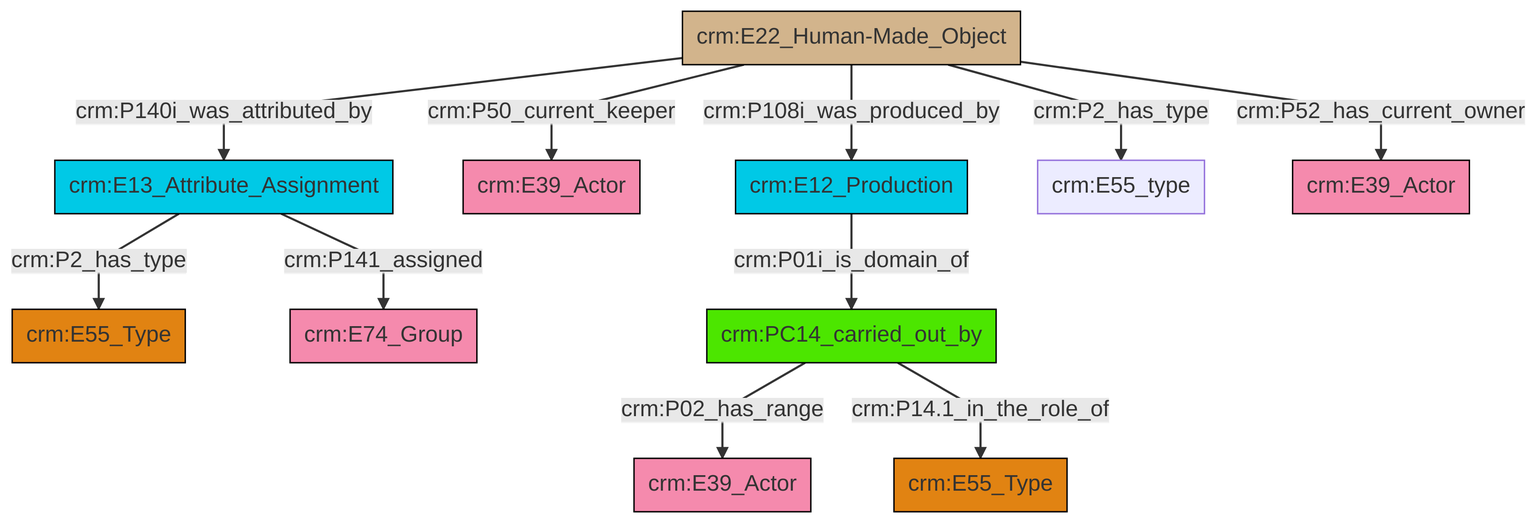
swiss-art-research-net/reference-data-models keeps this Mermaid diagram as et/artworkCSV/ttl/mmd/png/Artwork_Actor_Relations.png. Above is the earlier version. Its source is kept beside it as et/artworkCSV/ttl/mmd/Artwork_Actor_Relations.ttl.mmd.
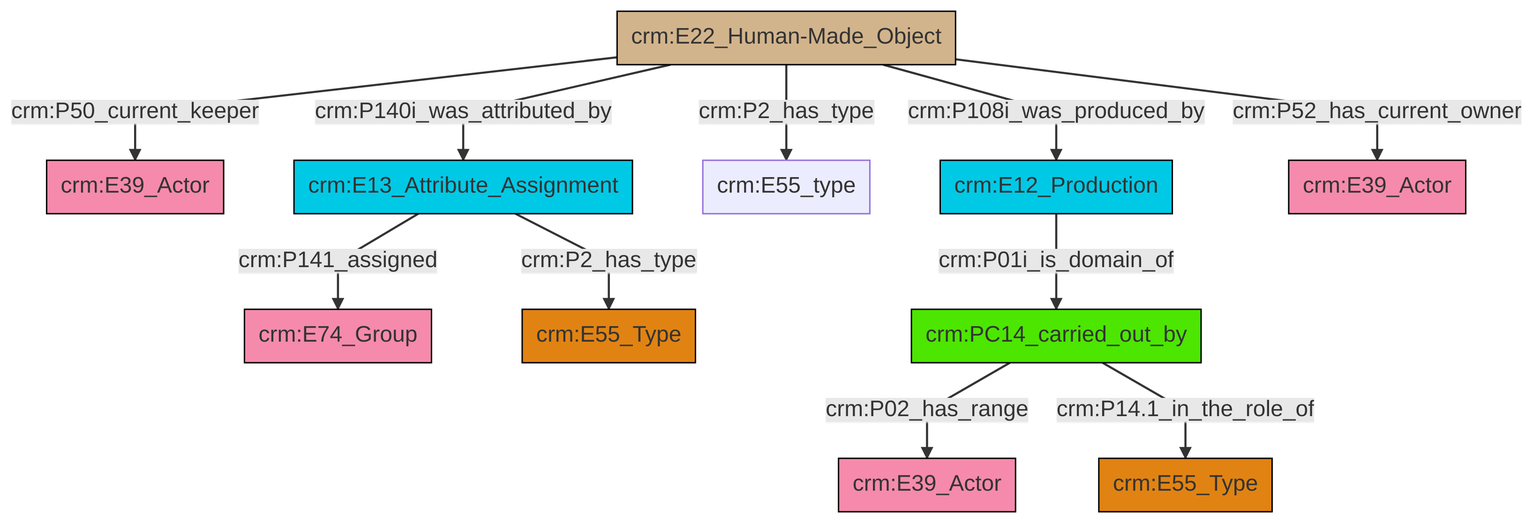
After the commit.

What changed in the source:
```diff
@@ -13,13 +13,13 @@
 classDef PC_Classes fill:#4ce600, stroke:#000000;
 classDef Multi fill:#cccccc,stroke:#000000;
 
-0["crm:E22_Human-Made_Object"]:::Physical_Thing -->|crm:P140i_was_attributed_by| 1["crm:E13_Attribute_Assignment"]:::Temporal_Entity
-1["crm:E13_Attribute_Assignment"]:::Temporal_Entity -->|crm:P2_has_type| 2["crm:E55_Type"]:::Type
-4["crm:E12_Production"]:::Temporal_Entity -->|crm:P01i_is_domain_of| 5["crm:PC14_carried_out_by"]:::PC_Classes
-1["crm:E13_Attribute_Assignment"]:::Temporal_Entity -->|crm:P141_assigned| 6["crm:E74_Group"]:::Actor
-0["crm:E22_Human-Made_Object"]:::Physical_Thing -->|crm:P50_current_keeper| 9["crm:E39_Actor"]:::Actor
-0["crm:E22_Human-Made_Object"]:::Physical_Thing -->|crm:P108i_was_produced_by| 4["crm:E12_Production"]:::Temporal_Entity
-5["crm:PC14_carried_out_by"]:::PC_Classes -->|crm:P02_has_range| 12["crm:E39_Actor"]:::Actor
-0["crm:E22_Human-Made_Object"]:::Physical_Thing -->|crm:P2_has_type| 14["crm:E55_type"]:::Default
-0["crm:E22_Human-Made_Object"]:::Physical_Thing -->|crm:P52_has_current_owner| 7["crm:E39_Actor"]:::Actor
-5["crm:PC14_carried_out_by"]:::PC_Classes -->|crm:P14.1_in_the_role_of| 18["crm:E55_Type"]:::Type
+4["crm:PC14_carried_out_by"]:::PC_Classes -->|crm:P02_has_range| 6["crm:E39_Actor"]:::Actor
+9["crm:E22_Human-Made_Object"]:::Physical_Thing -->|crm:P50_current_keeper| 10["crm:E39_Actor"]:::Actor
+2["crm:E13_Attribute_Assignment"]:::Temporal_Entity -->|crm:P141_assigned| 13["crm:E74_Group"]:::Actor
+4["crm:PC14_carried_out_by"]:::PC_Classes -->|crm:P14.1_in_the_role_of| 14["crm:E55_Type"]:::Type
+9["crm:E22_Human-Made_Object"]:::Physical_Thing -->|crm:P140i_was_attributed_by| 2["crm:E13_Attribute_Assignment"]:::Temporal_Entity
+2["crm:E13_Attribute_Assignment"]:::Temporal_Entity -->|crm:P2_has_type| 0["crm:E55_Type"]:::Type
+17["crm:E12_Production"]:::Temporal_Entity -->|crm:P01i_is_domain_of| 4["crm:PC14_carried_out_by"]:::PC_Classes
+9["crm:E22_Human-Made_Object"]:::Physical_Thing -->|crm:P2_has_type| 7["crm:E55_type"]:::Default
+9["crm:E22_Human-Made_Object"]:::Physical_Thing -->|crm:P108i_was_produced_by| 17["crm:E12_Production"]:::Temporal_Entity
+9["crm:E22_Human-Made_Object"]:::Physical_Thing -->|crm:P52_has_current_owner| 15["crm:E39_Actor"]:::Actor
```
